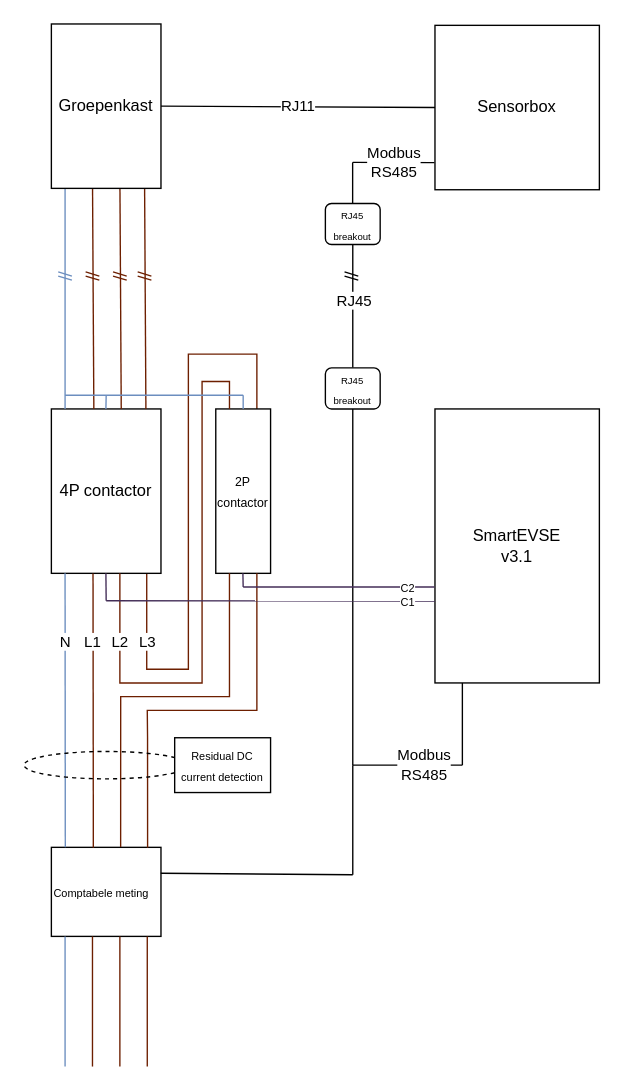
SimonvanderMarel/DrawIO-stuff keeps this draw.io diagram as smart-evse/smartevse.drawio. Above is the earlier version. Source tidied: cells renumbered, new cells numbered last; positions are measured from the earlier drawing's top-left corner, leaving out a move shared by most shapes. Both pictures are drawn from the tidied source at 137%, with x=0, y=0 at pixel (23, 23).
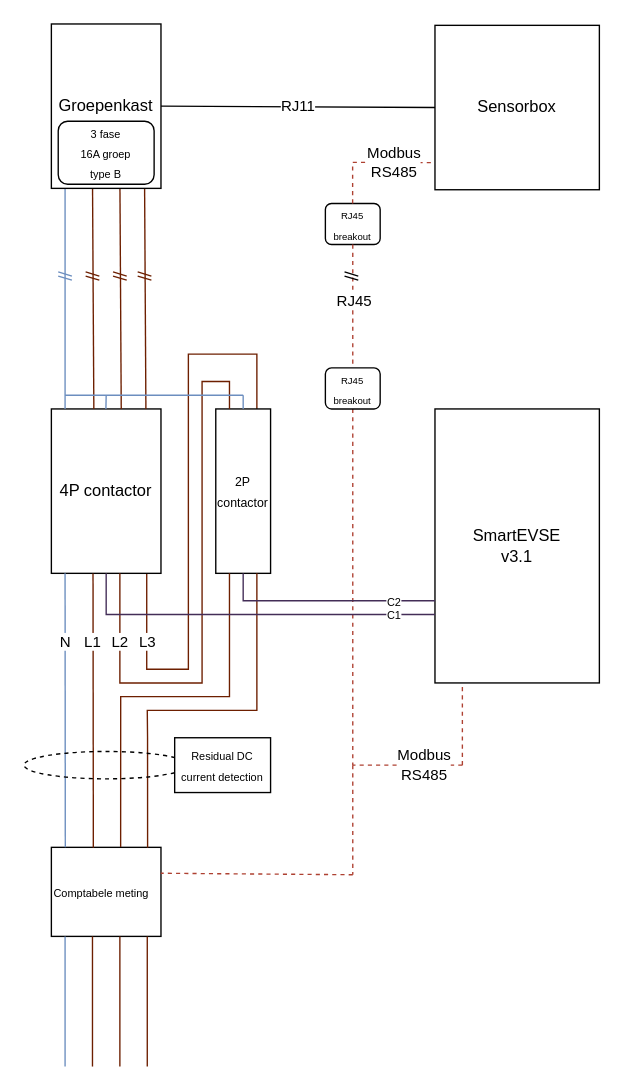
The same page after the edit.

The change refers to these unchanged cells:
```xml
<mxCell id="3" value="4P contactor" style="rounded=0;whiteSpace=wrap;html=1;" parent="1" vertex="1">
  <mxGeometry x="20" y="281" width="80" height="120" as="geometry" />
</mxCell>
<mxCell id="4" value="&lt;font style=&quot;font-size: 9px;&quot;&gt;2P contactor&lt;/font&gt;" style="rounded=0;whiteSpace=wrap;html=1;" parent="1" vertex="1">
  <mxGeometry x="140" y="281" width="40" height="120" as="geometry" />
</mxCell>
<mxCell id="6" style="rounded=0;whiteSpace=wrap;html=1;" parent="1" vertex="1">
  <mxGeometry x="20" y="601" width="80" height="65" as="geometry" />
</mxCell>
<mxCell id="22" value="&lt;div&gt;SmartEVSE&lt;/div&gt;&lt;div&gt;v3.1&lt;/div&gt;" style="rounded=0;whiteSpace=wrap;html=1;" parent="1" vertex="1">
  <mxGeometry x="300" y="281" width="120" height="200" as="geometry" />
</mxCell>
<mxCell id="23" value="Sensorbox" style="rounded=0;whiteSpace=wrap;html=1;" parent="1" vertex="1">
  <mxGeometry x="300" y="1" width="120" height="120" as="geometry" />
</mxCell>
<mxCell id="39" value="&lt;font style=&quot;font-size: 7px;&quot;&gt;RJ45 breakout&lt;/font&gt;" style="rounded=1;whiteSpace=wrap;html=1;" parent="1" vertex="1">
  <mxGeometry x="220" y="131" width="40" height="30" as="geometry" />
</mxCell>
<mxCell id="42" value="&lt;font style=&quot;font-size: 7px;&quot;&gt;RJ45 breakout&lt;/font&gt;" style="rounded=1;whiteSpace=wrap;html=1;" parent="1" vertex="1">
  <mxGeometry x="220" y="251" width="40" height="30" as="geometry" />
</mxCell>
```

Diff of the diagram source:
```diff
@@
-    <mxCell id="26" value=" " style="endArrow=none;html=1;rounded=0;" parent="1" edge="1">
+    <mxCell id="26" value=" " style="endArrow=none;html=1;rounded=0;dashed=1;fillColor=#fad9d5;strokeColor=#ae4132;" parent="1" edge="1">
       <mxGeometry relative="1" as="geometry">
         <mxPoint x="320" y="541" as="sourcePoint" />
         <mxPoint x="320" y="481" as="targetPoint" />
       </mxGeometry>
     </mxCell>
-    <mxCell id="27" value="Modbus&lt;br&gt;RS485" style="endArrow=none;html=1;rounded=0;entryX=-0.003;entryY=0.835;entryDx=0;entryDy=0;entryPerimeter=0;" parent="1" edge="1" target="23">
+    <mxCell id="27" value="Modbus&lt;br&gt;RS485" style="endArrow=none;html=1;rounded=0;entryX=-0.003;entryY=0.835;entryDx=0;entryDy=0;entryPerimeter=0;dashed=1;fillColor=#fad9d5;strokeColor=#ae4132;" parent="1" edge="1" target="23">
       <mxGeometry relative="1" as="geometry">
         <mxPoint x="240" y="101" as="sourcePoint" />
       </mxGeometry>
     </mxCell>
-    <mxCell id="28" value="Modbus&lt;br&gt;RS485" style="endArrow=none;html=1;rounded=0;" parent="1" edge="1">
+    <mxCell id="28" value="Modbus&lt;br&gt;RS485" style="endArrow=none;html=1;rounded=0;dashed=1;fillColor=#fad9d5;strokeColor=#ae4132;" parent="1" edge="1">
       <mxGeometry x="-0.29" relative="1" as="geometry">
         <mxPoint x="320" y="541" as="sourcePoint" />
         <mxPoint x="240" y="541" as="targetPoint" />
       </mxGeometry>
     </mxCell>
-    <mxCell id="29" style="endArrow=none;html=1;rounded=0;" parent="1" edge="1" source="42">
+    <mxCell id="29" style="endArrow=none;html=1;rounded=0;dashed=1;fillColor=#fad9d5;strokeColor=#ae4132;" parent="1" edge="1" source="42">
       <mxGeometry x="-0.55" relative="1" as="geometry">
         <mxPoint x="240" y="541" as="targetPoint" />
       </mxGeometry>
     </mxCell>
@@
-    <mxCell id="31" value=" " style="endArrow=none;html=1;rounded=0;entryX=0.38;entryY=1.001;entryDx=0;entryDy=0;entryPerimeter=0;fillColor=#76608a;strokeColor=#432D57;" parent="1" edge="1">
-      <mxGeometry x="0.5" relative="1" as="geometry">
-        <mxPoint x="160" y="411" as="sourcePoint" />
-        <mxPoint x="159.8" y="401" as="targetPoint" />
-      </mxGeometry>
-    </mxCell>
@@
-    <mxCell id="34" value=" " style="endArrow=none;html=1;rounded=0;entryX=0.38;entryY=1.001;entryDx=0;entryDy=0;entryPerimeter=0;fillColor=#76608a;strokeColor=#432D57;" parent="1" edge="1">
-      <mxGeometry x="0.5" relative="1" as="geometry">
-        <mxPoint x="60" y="421" as="sourcePoint" />
-        <mxPoint x="59.8" y="401" as="targetPoint" />
-      </mxGeometry>
-    </mxCell>
-    <mxCell id="35" value="&lt;font style=&quot;font-size: 8px;&quot;&gt;C1&lt;/font&gt;" style="endArrow=none;html=1;rounded=0;fillColor=#76608a;strokeColor=#432D57;entryX=0;entryY=0.701;entryDx=0;entryDy=0;entryPerimeter=0;" parent="1" edge="1" target="22">
-      <mxGeometry x="0.83" relative="1" as="geometry">
-        <mxPoint x="60" y="421" as="sourcePoint" />
-      </mxGeometry>
-    </mxCell>
-    <mxCell id="36" value="&lt;font style=&quot;font-size: 8px;&quot;&gt;C2&lt;/font&gt;" style="endArrow=none;html=1;rounded=0;fillColor=#76608a;strokeColor=#432D57;entryX=-0.003;entryY=0.65;entryDx=0;entryDy=0;entryPerimeter=0;" parent="1" edge="1" target="22">
-      <mxGeometry x="0.72" relative="1" as="geometry">
-        <mxPoint x="160" y="411" as="sourcePoint" />
-      </mxGeometry>
-    </mxCell>
-    <mxCell id="37" value=" " style="endArrow=none;html=1;rounded=0;" parent="1" edge="1">
+    <mxCell id="37" value=" " style="endArrow=none;html=1;rounded=0;dashed=1;fillColor=#fad9d5;strokeColor=#ae4132;" parent="1" edge="1">
       <mxGeometry relative="1" as="geometry">
         <mxPoint x="240" y="541" as="sourcePoint" />
         <mxPoint x="240" y="621" as="targetPoint" />
       </mxGeometry>
     </mxCell>
-    <mxCell id="38" style="endArrow=none;html=1;rounded=0;entryX=0.998;entryY=0.291;entryDx=0;entryDy=0;entryPerimeter=0;" parent="1" edge="1" target="6">
+    <mxCell id="38" style="endArrow=none;html=1;rounded=0;entryX=0.998;entryY=0.291;entryDx=0;entryDy=0;entryPerimeter=0;dashed=1;fillColor=#fad9d5;strokeColor=#ae4132;" parent="1" edge="1" target="6">
       <mxGeometry relative="1" as="geometry">
         <mxPoint x="240" y="621" as="sourcePoint" />
       </mxGeometry>
     </mxCell>
@@
-    <mxCell id="40" style="endArrow=none;html=1;rounded=0;exitX=0.5;exitY=1;exitDx=0;exitDy=0;" parent="1" edge="1" source="39" target="42">
+    <mxCell id="40" style="endArrow=none;html=1;rounded=0;exitX=0.5;exitY=1;exitDx=0;exitDy=0;dashed=1;fillColor=#fad9d5;strokeColor=#ae4132;" parent="1" edge="1" source="39" target="42">
       <mxGeometry x="-0.55" relative="1" as="geometry" />
     </mxCell>
@@
-    <mxCell id="43" style="endArrow=none;html=1;rounded=0;exitX=0.5;exitY=1;exitDx=0;exitDy=0;" parent="1" edge="1">
+    <mxCell id="43" style="endArrow=none;html=1;rounded=0;exitX=0.5;exitY=1;exitDx=0;exitDy=0;dashed=1;fillColor=#fad9d5;strokeColor=#ae4132;" parent="1" edge="1">
       <mxGeometry x="-0.55" relative="1" as="geometry">
         <mxPoint x="239.9" y="131" as="sourcePoint" />
         <mxPoint x="239.9" y="101" as="targetPoint" />
       </mxGeometry>
     </mxCell>
@@
+    <mxCell id="59" value="&lt;font style=&quot;font-size: 8px;&quot;&gt;3 fase&lt;br&gt;&lt;/font&gt;&lt;div&gt;&lt;font style=&quot;font-size: 8px;&quot;&gt;16A groep&lt;/font&gt;&lt;/div&gt;&lt;div&gt;&lt;font style=&quot;font-size: 8px;&quot;&gt;type B&lt;/font&gt;&lt;/div&gt;" style="rounded=1;whiteSpace=wrap;html=1;" parent="1" vertex="1">
+      <mxGeometry x="25" y="71" width="70" height="46" as="geometry" />
+    </mxCell>
+    <mxCell id="35" value="&lt;font style=&quot;font-size: 8px;&quot;&gt;C1&lt;/font&gt;" style="edgeStyle=orthogonalEdgeStyle;rounded=0;jettySize=auto;html=1;exitX=0.5;exitY=1;exitDx=0;exitDy=0;entryX=0;entryY=0.75;entryDx=0;entryDy=0;strokeColor=#432D57;align=center;verticalAlign=middle;fontFamily=Helvetica;fontSize=11;fontColor=default;labelBackgroundColor=default;endArrow=none;fillColor=#76608a;" parent="1" edge="1" source="3" target="22">
+      <mxGeometry x="0.78" relative="1" as="geometry" />
+    </mxCell>
+    <mxCell id="36" value="&lt;font style=&quot;font-size: 8px;&quot;&gt;C2&lt;/font&gt;" style="edgeStyle=orthogonalEdgeStyle;rounded=0;jettySize=auto;html=1;exitX=0.5;exitY=1;exitDx=0;exitDy=0;strokeColor=#432D57;align=center;verticalAlign=middle;fontFamily=Helvetica;fontSize=11;fontColor=default;labelBackgroundColor=default;endArrow=none;fillColor=#76608a;" parent="1" edge="1" source="4">
+      <mxGeometry x="0.62" relative="1" as="geometry">
+        <mxPoint x="300" y="421" as="targetPoint" />
+        <Array as="points">
+          <mxPoint x="160" y="421" />
+        </Array>
+      </mxGeometry>
+    </mxCell>
```
